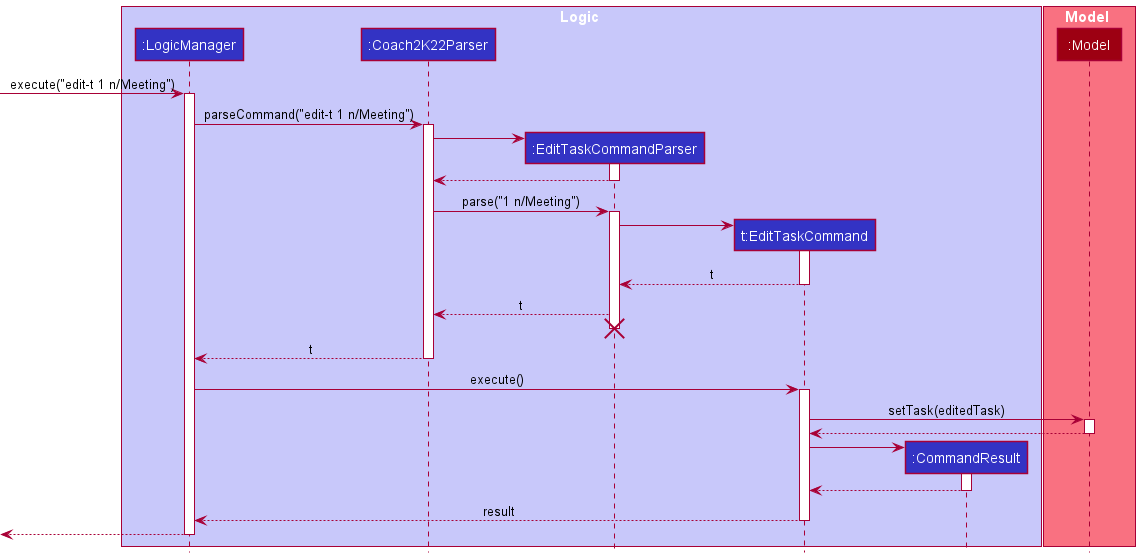
The PlantUML diagram docs/images/EditTaskSequenceDiagram.png in simjunheng/tp, before a commit.
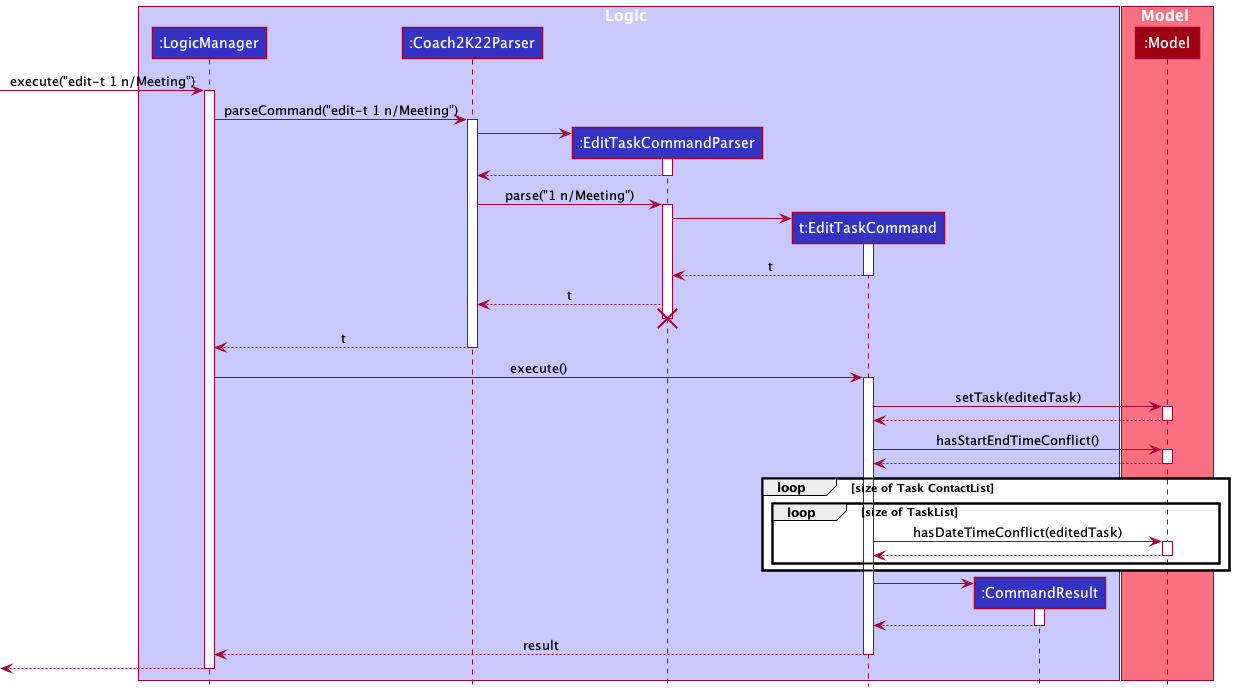
Above is the later version.

The edit, as a diff of the source:
```diff
@@ -52,6 +52,23 @@
 Model --> EditTaskCommand
 deactivate Model
 
+EditTaskCommand -> Model : hasStartEndTimeConflict()
+activate Model
+
+Model --> EditTaskCommand
+deactivate Model
+
+loop size of Task ContactList
+    loop size of TaskList
+    EditTaskCommand -> Model : hasDateTimeConflict(editedTask)
+    activate Model
+    Model --> EditTaskCommand
+    deactivate Model
+    end
+end
+
+
+
 create CommandResult
 EditTaskCommand -> CommandResult
 activate CommandResult
```
